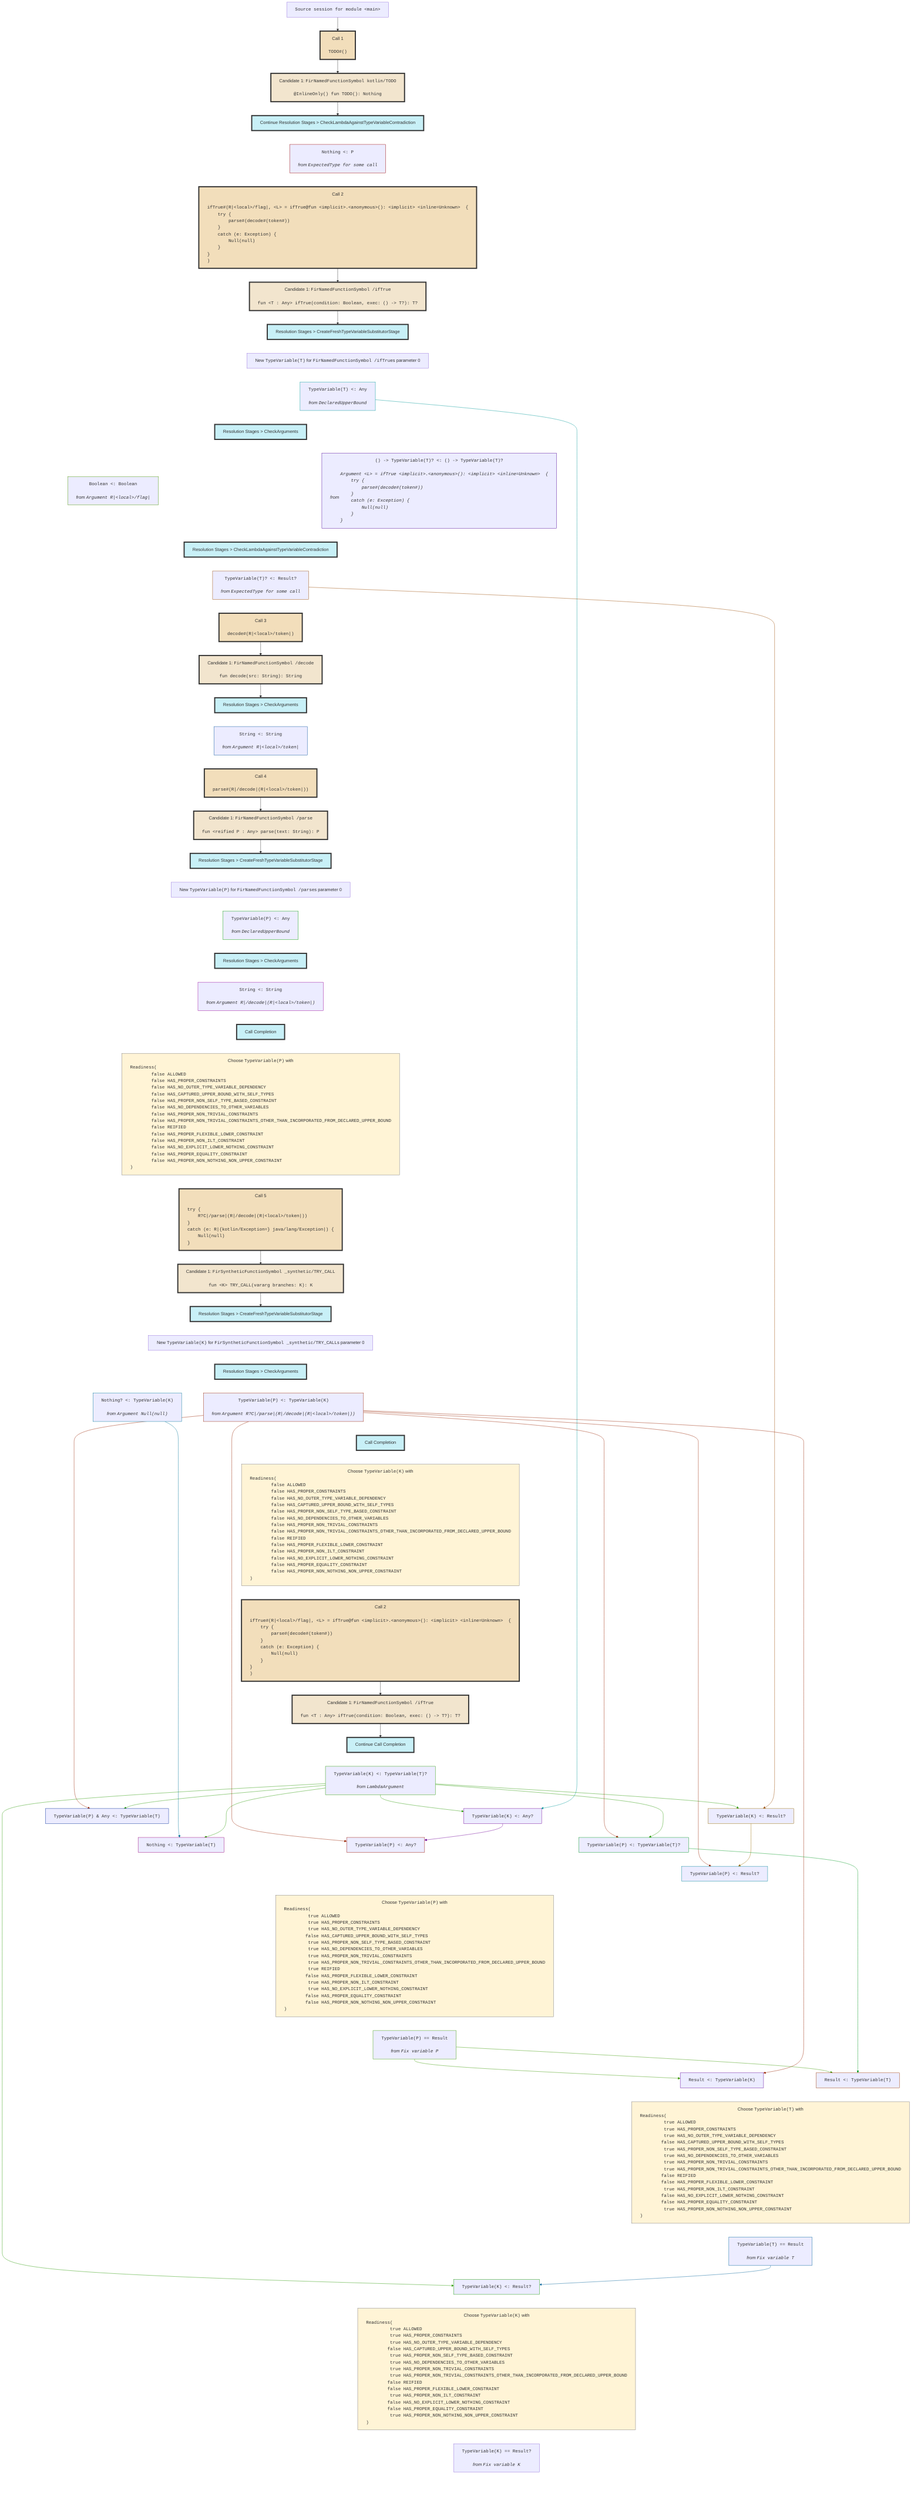
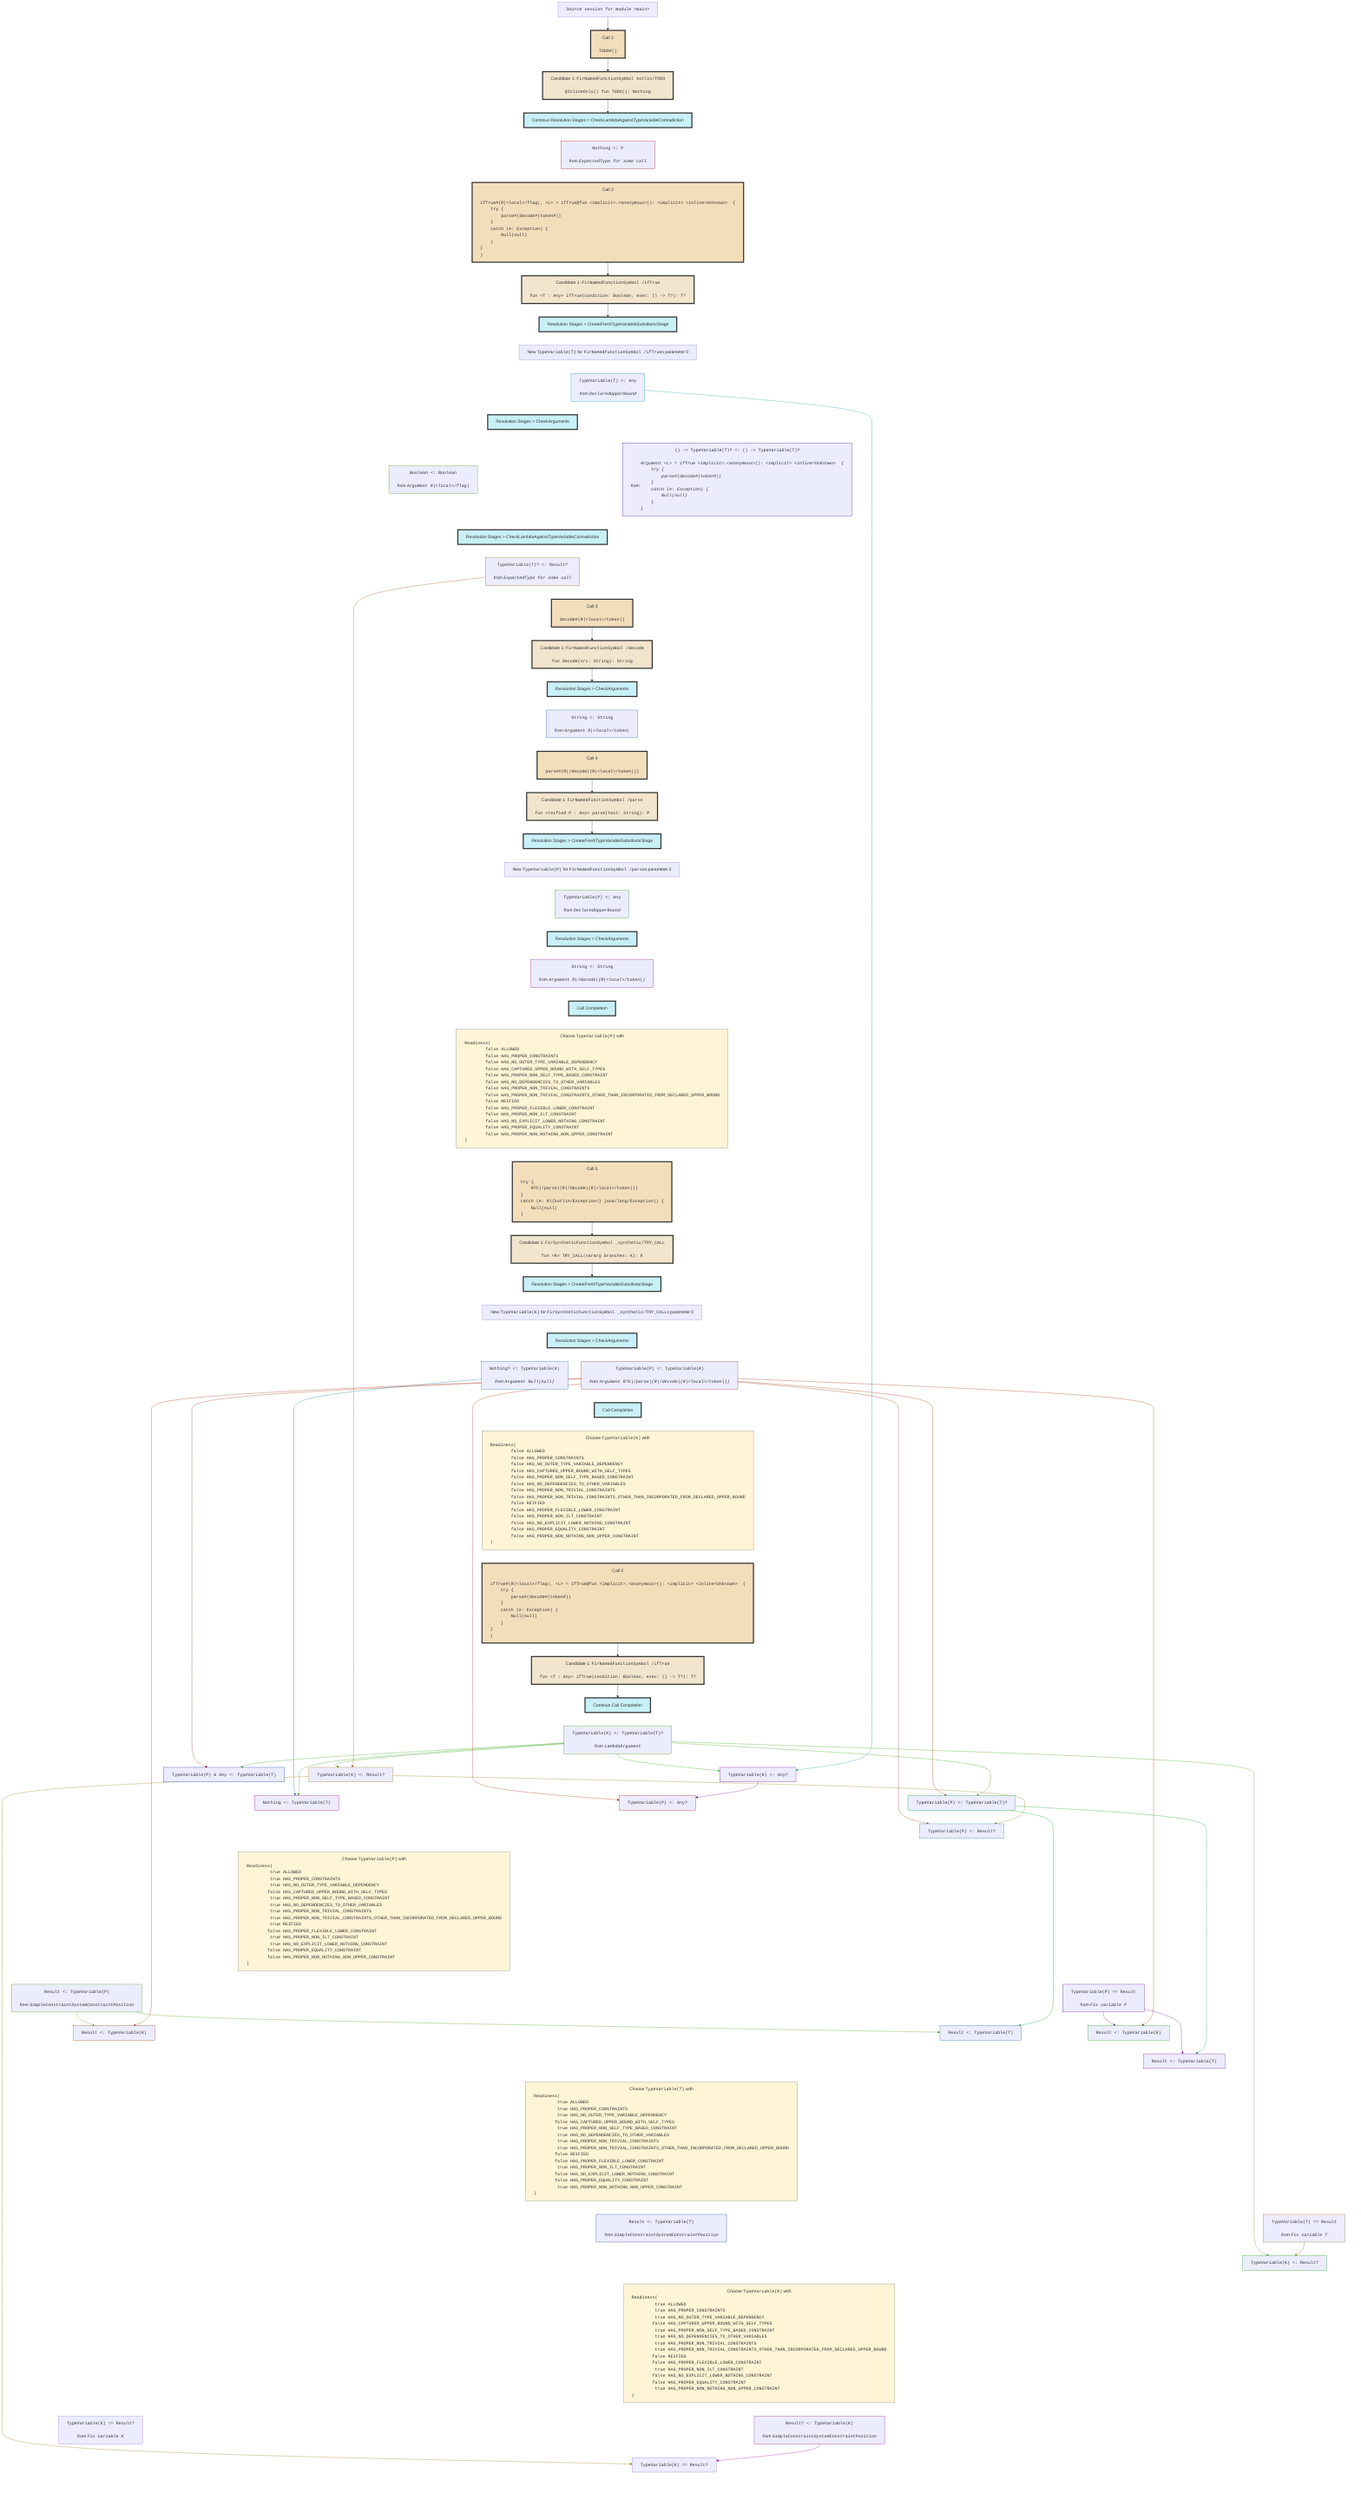
flowchart TD
    classDef nowrapClass text-align:center,white-space:nowrap;
    classDef callStyle fill:#f2debb,stroke:#333,stroke-width:4px;
    classDef candidateStyle fill:#f2e5ce,stroke:#333,stroke-width:4px;
    classDef stageStyle fill:#c8f0f7,stroke:#333,stroke-width:4px;
    classDef readinessStyle fill:#fff4d6,stroke:#777,stroke-width:1px;

    session0["<tt>Source session for module &lt;main></tt>"]
    class session0 nowrapClass;

    session0 --> call1

    call1["Call 1<br><br><pre style="display: inline-block;vertical-align: middle;text-align: left;margin: 0;"><tt>TODO#()</tt></pre>"]
    class call1 nowrapClass;
    class call1 callStyle;

    call1 --> candidate2

    candidate2["Candidate 1: <tt>FirNamedFunctionSymbol kotlin/TODO</tt><br><br><pre style="display: inline-block;vertical-align: middle;text-align: left;margin: 0;"><tt>@InlineOnly() fun TODO(): Nothing
</tt></pre>"]
    class candidate2 nowrapClass;
    class candidate2 candidateStyle;

    candidate2 --> stage3

    stage3["Continue Resolution Stages > CheckLambdaAgainstTypeVariableContradiction"]
    class stage3 nowrapClass;
    class stage3 stageStyle;
    constraint4["<tt>Nothing &lt;: P</tt><br><br><i><div style="display: inline-block;vertical-align: middle;">from</div> <pre style="display: inline-block;vertical-align: middle;text-align: left;margin: 0;"><tt>ExpectedType for some call</tt></pre></i>"]
    class constraint4 nowrapClass;
    stage3 ~~~ constraint4

    constraint4 ~~~ call5

    call5["Call 2<br><br><pre style="display: inline-block;vertical-align: middle;text-align: left;margin: 0;"><tt>ifTrue#(R|&lt;local>/flag|, &lt;L> = ifTrue@fun &lt;implicit>.&lt;anonymous>(): &lt;implicit> &lt;inline=Unknown>  {
    try {
        parse#(decode#(token#))
    }
    catch (e: Exception) {
        Null(null)
    }

}
)</tt></pre>"]
    class call5 nowrapClass;
    class call5 callStyle;

    call5 --> candidate6

    candidate6["Candidate 1: <tt>FirNamedFunctionSymbol /ifTrue</tt><br><br><pre style="display: inline-block;vertical-align: middle;text-align: left;margin: 0;"><tt>fun &lt;T : Any> ifTrue(condition: Boolean, exec: () -> T?): T?
</tt></pre>"]
    class candidate6 nowrapClass;
    class candidate6 candidateStyle;

    candidate6 --> stage7

    stage7["Resolution Stages > CreateFreshTypeVariableSubstitutorStage"]
    class stage7 nowrapClass;
    class stage7 stageStyle;

    stage7 ~~~ newVariable8

    newVariable8["New <tt>TypeVariable(T)</tt> for <tt>FirNamedFunctionSymbol /ifTrue</tt>s parameter 0"]
    class newVariable8 nowrapClass;
    constraint9["<tt>TypeVariable(T) &lt;: Any</tt><br><br><i><div style="display: inline-block;vertical-align: middle;">from</div> <pre style="display: inline-block;vertical-align: middle;text-align: left;margin: 0;"><tt>DeclaredUpperBound</tt></pre></i>"]
    class constraint9 nowrapClass;
    newVariable8 ~~~ constraint9

    constraint9 ~~~ stage10

    stage10["Resolution Stages > CheckArguments"]
    class stage10 nowrapClass;
    class stage10 stageStyle;
    constraint11["<tt>Boolean &lt;: Boolean</tt><br><br><i><div style="display: inline-block;vertical-align: middle;">from</div> <pre style="display: inline-block;vertical-align: middle;text-align: left;margin: 0;"><tt>Argument R|&lt;local>/flag|</tt></pre></i>"]
    class constraint11 nowrapClass;
    stage10 ~~~ constraint11
    constraint12["<tt>() -> TypeVariable(T)? &lt;: () -> TypeVariable(T)?</tt><br><br><i><div style="display: inline-block;vertical-align: middle;">from</div> <pre style="display: inline-block;vertical-align: middle;text-align: left;margin: 0;"><tt>Argument &lt;L> = ifTrue &lt;implicit>.&lt;anonymous>(): &lt;implicit> &lt;inline=Unknown>  {
    try {
        parse#(decode#(token#))
    }
    catch (e: Exception) {
        Null(null)
    }

}
</tt></pre></i>"]
    class constraint12 nowrapClass;
    stage10 ~~~ constraint12

    constraint11 ~~~ stage13
    constraint12 ~~~ stage13

    stage13["Resolution Stages > CheckLambdaAgainstTypeVariableContradiction"]
    class stage13 nowrapClass;
    class stage13 stageStyle;
    constraint14["<tt>TypeVariable(T)? &lt;: Result?</tt><br><br><i><div style="display: inline-block;vertical-align: middle;">from</div> <pre style="display: inline-block;vertical-align: middle;text-align: left;margin: 0;"><tt>ExpectedType for some call</tt></pre></i>"]
    class constraint14 nowrapClass;
    stage13 ~~~ constraint14

    constraint14 ~~~ call15

    call15["Call 3<br><br><pre style="display: inline-block;vertical-align: middle;text-align: left;margin: 0;"><tt>decode#(R|&lt;local>/token|)</tt></pre>"]
    class call15 nowrapClass;
    class call15 callStyle;

    call15 --> candidate16

    candidate16["Candidate 1: <tt>FirNamedFunctionSymbol /decode</tt><br><br><pre style="display: inline-block;vertical-align: middle;text-align: left;margin: 0;"><tt>fun decode(src: String): String
</tt></pre>"]
    class candidate16 nowrapClass;
    class candidate16 candidateStyle;

    candidate16 --> stage17

    stage17["Resolution Stages > CheckArguments"]
    class stage17 nowrapClass;
    class stage17 stageStyle;
    constraint18["<tt>String &lt;: String</tt><br><br><i><div style="display: inline-block;vertical-align: middle;">from</div> <pre style="display: inline-block;vertical-align: middle;text-align: left;margin: 0;"><tt>Argument R|&lt;local>/token|</tt></pre></i>"]
    class constraint18 nowrapClass;
    stage17 ~~~ constraint18

    constraint18 ~~~ call19

    call19["Call 4<br><br><pre style="display: inline-block;vertical-align: middle;text-align: left;margin: 0;"><tt>parse#(R|/decode|(R|&lt;local>/token|))</tt></pre>"]
    class call19 nowrapClass;
    class call19 callStyle;

    call19 --> candidate20

    candidate20["Candidate 1: <tt>FirNamedFunctionSymbol /parse</tt><br><br><pre style="display: inline-block;vertical-align: middle;text-align: left;margin: 0;"><tt>fun &lt;reified P : Any> parse(text: String): P
</tt></pre>"]
    class candidate20 nowrapClass;
    class candidate20 candidateStyle;

    candidate20 --> stage21

    stage21["Resolution Stages > CreateFreshTypeVariableSubstitutorStage"]
    class stage21 nowrapClass;
    class stage21 stageStyle;

    stage21 ~~~ newVariable22

    newVariable22["New <tt>TypeVariable(P)</tt> for <tt>FirNamedFunctionSymbol /parse</tt>s parameter 0"]
    class newVariable22 nowrapClass;
    constraint23["<tt>TypeVariable(P) &lt;: Any</tt><br><br><i><div style="display: inline-block;vertical-align: middle;">from</div> <pre style="display: inline-block;vertical-align: middle;text-align: left;margin: 0;"><tt>DeclaredUpperBound</tt></pre></i>"]
    class constraint23 nowrapClass;
    newVariable22 ~~~ constraint23

    constraint23 ~~~ stage24

    stage24["Resolution Stages > CheckArguments"]
    class stage24 nowrapClass;
    class stage24 stageStyle;
    constraint25["<tt>String &lt;: String</tt><br><br><i><div style="display: inline-block;vertical-align: middle;">from</div> <pre style="display: inline-block;vertical-align: middle;text-align: left;margin: 0;"><tt>Argument R|/decode|(R|&lt;local>/token|)</tt></pre></i>"]
    class constraint25 nowrapClass;
    stage24 ~~~ constraint25

    constraint25 ~~~ stage26

    stage26["Call Completion"]
    class stage26 nowrapClass;
    class stage26 stageStyle;

    stage26 ~~~ variableReadiness27

    variableReadiness27["Choose <tt>TypeVariable(P)</tt> with <pre style="display: inline-block;vertical-align: middle;text-align: left;margin: 0;"><tt>Readiness(
	false ALLOWED
	false HAS_PROPER_CONSTRAINTS
	false HAS_NO_OUTER_TYPE_VARIABLE_DEPENDENCY
	false HAS_CAPTURED_UPPER_BOUND_WITH_SELF_TYPES
	false HAS_PROPER_NON_SELF_TYPE_BASED_CONSTRAINT
	false HAS_NO_DEPENDENCIES_TO_OTHER_VARIABLES
	false HAS_PROPER_NON_TRIVIAL_CONSTRAINTS
	false HAS_PROPER_NON_TRIVIAL_CONSTRAINTS_OTHER_THAN_INCORPORATED_FROM_DECLARED_UPPER_BOUND
	false REIFIED
	false HAS_PROPER_FLEXIBLE_LOWER_CONSTRAINT
	false HAS_PROPER_NON_ILT_CONSTRAINT
	false HAS_NO_EXPLICIT_LOWER_NOTHING_CONSTRAINT
	false HAS_PROPER_EQUALITY_CONSTRAINT
	false HAS_PROPER_NON_NOTHING_NON_UPPER_CONSTRAINT
)</tt></pre>"]
    class variableReadiness27 nowrapClass;
    class variableReadiness27 readinessStyle;

    variableReadiness27 ~~~ call28

    call28["Call 5<br><br><pre style="display: inline-block;vertical-align: middle;text-align: left;margin: 0;"><tt>try {
    R?C|/parse|(R|/decode|(R|&lt;local>/token|))
}
catch (e: R|{kotlin/Exception=} java/lang/Exception|) {
    Null(null)
}
</tt></pre>"]
    class call28 nowrapClass;
    class call28 callStyle;

    call28 --> candidate29

    candidate29["Candidate 1: <tt>FirSyntheticFunctionSymbol _synthetic/TRY_CALL</tt><br><br><pre style="display: inline-block;vertical-align: middle;text-align: left;margin: 0;"><tt>fun &lt;K> TRY_CALL(vararg branches: K): K
</tt></pre>"]
    class candidate29 nowrapClass;
    class candidate29 candidateStyle;

    candidate29 --> stage30

    stage30["Resolution Stages > CreateFreshTypeVariableSubstitutorStage"]
    class stage30 nowrapClass;
    class stage30 stageStyle;

    stage30 ~~~ newVariable31

    newVariable31["New <tt>TypeVariable(K)</tt> for <tt>FirSyntheticFunctionSymbol _synthetic/TRY_CALL</tt>s parameter 0"]
    class newVariable31 nowrapClass;

    newVariable31 ~~~ stage32

    stage32["Resolution Stages > CheckArguments"]
    class stage32 nowrapClass;
    class stage32 stageStyle;
    constraint33["<tt>TypeVariable(P) &lt;: TypeVariable(K)</tt><br><br><i><div style="display: inline-block;vertical-align: middle;">from</div> <pre style="display: inline-block;vertical-align: middle;text-align: left;margin: 0;"><tt>Argument R?C|/parse|(R|/decode|(R|&lt;local>/token|))</tt></pre></i>"]
    class constraint33 nowrapClass;
    stage32 ~~~ constraint33
    constraint34["<tt>Nothing? &lt;: TypeVariable(K)</tt><br><br><i><div style="display: inline-block;vertical-align: middle;">from</div> <pre style="display: inline-block;vertical-align: middle;text-align: left;margin: 0;"><tt>Argument Null(null)</tt></pre></i>"]
    class constraint34 nowrapClass;
    stage32 ~~~ constraint34

    constraint33 ~~~ stage35
    constraint34 ~~~ stage35

    stage35["Call Completion"]
    class stage35 nowrapClass;
    class stage35 stageStyle;

    stage35 ~~~ variableReadiness36

    variableReadiness36["Choose <tt>TypeVariable(K)</tt> with <pre style="display: inline-block;vertical-align: middle;text-align: left;margin: 0;"><tt>Readiness(
	false ALLOWED
	false HAS_PROPER_CONSTRAINTS
	false HAS_NO_OUTER_TYPE_VARIABLE_DEPENDENCY
	false HAS_CAPTURED_UPPER_BOUND_WITH_SELF_TYPES
	false HAS_PROPER_NON_SELF_TYPE_BASED_CONSTRAINT
	false HAS_NO_DEPENDENCIES_TO_OTHER_VARIABLES
	false HAS_PROPER_NON_TRIVIAL_CONSTRAINTS
	false HAS_PROPER_NON_TRIVIAL_CONSTRAINTS_OTHER_THAN_INCORPORATED_FROM_DECLARED_UPPER_BOUND
	false REIFIED
	false HAS_PROPER_FLEXIBLE_LOWER_CONSTRAINT
	false HAS_PROPER_NON_ILT_CONSTRAINT
	false HAS_NO_EXPLICIT_LOWER_NOTHING_CONSTRAINT
	false HAS_PROPER_EQUALITY_CONSTRAINT
	false HAS_PROPER_NON_NOTHING_NON_UPPER_CONSTRAINT
)</tt></pre>"]
    class variableReadiness36 nowrapClass;
    class variableReadiness36 readinessStyle;

    variableReadiness36 ~~~ call37

    call37["Call 2<br><br><pre style="display: inline-block;vertical-align: middle;text-align: left;margin: 0;"><tt>ifTrue#(R|&lt;local>/flag|, &lt;L> = ifTrue@fun &lt;implicit>.&lt;anonymous>(): &lt;implicit> &lt;inline=Unknown>  {
    try {
        parse#(decode#(token#))
    }
    catch (e: Exception) {
        Null(null)
    }

}
)</tt></pre>"]
    class call37 nowrapClass;
    class call37 callStyle;

    call37 --> candidate38

    candidate38["Candidate 1: <tt>FirNamedFunctionSymbol /ifTrue</tt><br><br><pre style="display: inline-block;vertical-align: middle;text-align: left;margin: 0;"><tt>fun &lt;T : Any> ifTrue(condition: Boolean, exec: () -> T?): T?
</tt></pre>"]
    class candidate38 nowrapClass;
    class candidate38 candidateStyle;

    candidate38 --> stage39

    stage39["Continue Call Completion"]
    class stage39 nowrapClass;
    class stage39 stageStyle;
    constraint43["<tt>TypeVariable(K) &lt;: TypeVariable(T)?</tt><br><br><i><div style="display: inline-block;vertical-align: middle;">from</div> <pre style="display: inline-block;vertical-align: middle;text-align: left;margin: 0;"><tt>LambdaArgument</tt></pre></i>"]
    class constraint43 nowrapClass;
    stage39 ~~~ constraint43
    constraint44["<tt>TypeVariable(K) &lt;: Any?</tt>"]
    class constraint44 nowrapClass;
    constraint43 --> constraint44
    constraint9 --> constraint44
    constraint45["<tt>TypeVariable(K) &lt;: Result?</tt>"]
    class constraint45 nowrapClass;
    constraint43 --> constraint45
    constraint14 --> constraint45
    constraint46["<tt>TypeVariable(P) &amp; Any &lt;: TypeVariable(T)</tt>"]
    class constraint46 nowrapClass;
    constraint33 --> constraint46
    constraint43 --> constraint46
    constraint47["<tt>TypeVariable(P) &lt;: TypeVariable(T)?</tt>"]
    class constraint47 nowrapClass;
    constraint33 --> constraint47
    constraint43 ---> constraint47
    constraint48["<tt>Nothing &lt;: TypeVariable(T)</tt>"]
    class constraint48 nowrapClass;
    constraint34 --> constraint48
    constraint43 ---> constraint48
    constraint49["<tt>TypeVariable(P) &lt;: Any?</tt>"]
    class constraint49 nowrapClass;
    constraint33 --> constraint49
    constraint44 --> constraint49
    constraint50["<tt>TypeVariable(P) &lt;: Result?</tt>"]
    class constraint50 nowrapClass;
    constraint33 --> constraint50
    constraint45 ---> constraint50

    constraint46 ~~~~~ variableReadiness40
    constraint47 ~~~~ variableReadiness40
    constraint48 ~~~~ variableReadiness40
    constraint49 ~~~~ variableReadiness40
    constraint50 ~~~ variableReadiness40

    variableReadiness40["Choose <tt>TypeVariable(P)</tt> with <pre style="display: inline-block;vertical-align: middle;text-align: left;margin: 0;"><tt>Readiness(
	 true ALLOWED
	 true HAS_PROPER_CONSTRAINTS
	 true HAS_NO_OUTER_TYPE_VARIABLE_DEPENDENCY
	false HAS_CAPTURED_UPPER_BOUND_WITH_SELF_TYPES
	 true HAS_PROPER_NON_SELF_TYPE_BASED_CONSTRAINT
	 true HAS_NO_DEPENDENCIES_TO_OTHER_VARIABLES
	 true HAS_PROPER_NON_TRIVIAL_CONSTRAINTS
	 true HAS_PROPER_NON_TRIVIAL_CONSTRAINTS_OTHER_THAN_INCORPORATED_FROM_DECLARED_UPPER_BOUND
	 true REIFIED
	false HAS_PROPER_FLEXIBLE_LOWER_CONSTRAINT
	 true HAS_PROPER_NON_ILT_CONSTRAINT
	 true HAS_NO_EXPLICIT_LOWER_NOTHING_CONSTRAINT
	false HAS_PROPER_EQUALITY_CONSTRAINT
	false HAS_PROPER_NON_NOTHING_NON_UPPER_CONSTRAINT
)</tt></pre>"]
    class variableReadiness40 nowrapClass;
    class variableReadiness40 readinessStyle;
-     constraint51["<tt>TypeVariable(P) == Result</tt><br><br><i><div style="display: inline-block;vertical-align: middle;">from</div> <pre style="display: inline-block;vertical-align: middle;text-align: left;margin: 0;"><tt>Fix variable P</tt></pre></i>"]
+     constraint51["<tt>Result &lt;: TypeVariable(P)</tt><br><br><i><div style="display: inline-block;vertical-align: middle;">from</div> <pre style="display: inline-block;vertical-align: middle;text-align: left;margin: 0;"><tt>SimpleConstraintSystemConstraintPosition</tt></pre></i>"]
    class constraint51 nowrapClass;
    variableReadiness40 ~~~ constraint51
    constraint52["<tt>Result &lt;: TypeVariable(K)</tt>"]
    class constraint52 nowrapClass;
    constraint51 --> constraint52
    constraint33 --> constraint52
    constraint53["<tt>Result &lt;: TypeVariable(T)</tt>"]
    class constraint53 nowrapClass;
    constraint51 --> constraint53
    constraint47 --> constraint53
- 
-     constraint52 ~~~ variableReadiness41
-     constraint53 ~~~ variableReadiness41
+     constraint54["<tt>TypeVariable(P) == Result</tt><br><br><i><div style="display: inline-block;vertical-align: middle;">from</div> <pre style="display: inline-block;vertical-align: middle;text-align: left;margin: 0;"><tt>Fix variable P</tt></pre></i>"]
+     class constraint54 nowrapClass;
+     variableReadiness40 ~~~ constraint54
+     constraint55["<tt>Result &lt;: TypeVariable(K)</tt>"]
+     class constraint55 nowrapClass;
+     constraint54 --> constraint55
+     constraint33 --> constraint55
+     constraint56["<tt>Result &lt;: TypeVariable(T)</tt>"]
+     class constraint56 nowrapClass;
+     constraint54 ---> constraint56
+     constraint47 --> constraint56
+ 
+     constraint52 ~~~~ variableReadiness41
+     constraint53 ~~~~ variableReadiness41
+     constraint55 ~~~~ variableReadiness41
+     constraint56 ~~~ variableReadiness41

    variableReadiness41["Choose <tt>TypeVariable(T)</tt> with <pre style="display: inline-block;vertical-align: middle;text-align: left;margin: 0;"><tt>Readiness(
	 true ALLOWED
	 true HAS_PROPER_CONSTRAINTS
	 true HAS_NO_OUTER_TYPE_VARIABLE_DEPENDENCY
	false HAS_CAPTURED_UPPER_BOUND_WITH_SELF_TYPES
	 true HAS_PROPER_NON_SELF_TYPE_BASED_CONSTRAINT
	 true HAS_NO_DEPENDENCIES_TO_OTHER_VARIABLES
	 true HAS_PROPER_NON_TRIVIAL_CONSTRAINTS
	 true HAS_PROPER_NON_TRIVIAL_CONSTRAINTS_OTHER_THAN_INCORPORATED_FROM_DECLARED_UPPER_BOUND
	false REIFIED
	false HAS_PROPER_FLEXIBLE_LOWER_CONSTRAINT
	 true HAS_PROPER_NON_ILT_CONSTRAINT
	false HAS_NO_EXPLICIT_LOWER_NOTHING_CONSTRAINT
	false HAS_PROPER_EQUALITY_CONSTRAINT
	 true HAS_PROPER_NON_NOTHING_NON_UPPER_CONSTRAINT
)</tt></pre>"]
    class variableReadiness41 nowrapClass;
    class variableReadiness41 readinessStyle;
-     constraint54["<tt>TypeVariable(T) == Result</tt><br><br><i><div style="display: inline-block;vertical-align: middle;">from</div> <pre style="display: inline-block;vertical-align: middle;text-align: left;margin: 0;"><tt>Fix variable T</tt></pre></i>"]
-     class constraint54 nowrapClass;
-     variableReadiness41 ~~~ constraint54
-     constraint55["<tt>TypeVariable(K) &lt;: Result?</tt>"]
-     class constraint55 nowrapClass;
-     constraint43 --> constraint55
-     constraint54 --> constraint55
- 
-     constraint55 ~~~ variableReadiness42
+     constraint57["<tt>Result &lt;: TypeVariable(T)</tt><br><br><i><div style="display: inline-block;vertical-align: middle;">from</div> <pre style="display: inline-block;vertical-align: middle;text-align: left;margin: 0;"><tt>SimpleConstraintSystemConstraintPosition</tt></pre></i>"]
+     class constraint57 nowrapClass;
+     variableReadiness41 ~~~ constraint57
+     constraint58["<tt>TypeVariable(T) == Result</tt><br><br><i><div style="display: inline-block;vertical-align: middle;">from</div> <pre style="display: inline-block;vertical-align: middle;text-align: left;margin: 0;"><tt>Fix variable T</tt></pre></i>"]
+     class constraint58 nowrapClass;
+     variableReadiness41 ~~~ constraint58
+     constraint59["<tt>TypeVariable(K) &lt;: Result?</tt>"]
+     class constraint59 nowrapClass;
+     constraint43 --> constraint59
+     constraint58 --> constraint59
+ 
+     constraint57 ~~~~ variableReadiness42
+     constraint59 ~~~ variableReadiness42

    variableReadiness42["Choose <tt>TypeVariable(K)</tt> with <pre style="display: inline-block;vertical-align: middle;text-align: left;margin: 0;"><tt>Readiness(
	 true ALLOWED
	 true HAS_PROPER_CONSTRAINTS
	 true HAS_NO_OUTER_TYPE_VARIABLE_DEPENDENCY
	false HAS_CAPTURED_UPPER_BOUND_WITH_SELF_TYPES
	 true HAS_PROPER_NON_SELF_TYPE_BASED_CONSTRAINT
	 true HAS_NO_DEPENDENCIES_TO_OTHER_VARIABLES
	 true HAS_PROPER_NON_TRIVIAL_CONSTRAINTS
	 true HAS_PROPER_NON_TRIVIAL_CONSTRAINTS_OTHER_THAN_INCORPORATED_FROM_DECLARED_UPPER_BOUND
	false REIFIED
	false HAS_PROPER_FLEXIBLE_LOWER_CONSTRAINT
	 true HAS_PROPER_NON_ILT_CONSTRAINT
	false HAS_NO_EXPLICIT_LOWER_NOTHING_CONSTRAINT
	false HAS_PROPER_EQUALITY_CONSTRAINT
	 true HAS_PROPER_NON_NOTHING_NON_UPPER_CONSTRAINT
)</tt></pre>"]
    class variableReadiness42 nowrapClass;
    class variableReadiness42 readinessStyle;
-     constraint56["<tt>TypeVariable(K) == Result?</tt><br><br><i><div style="display: inline-block;vertical-align: middle;">from</div> <pre style="display: inline-block;vertical-align: middle;text-align: left;margin: 0;"><tt>Fix variable K</tt></pre></i>"]
-     class constraint56 nowrapClass;
-     variableReadiness42 ~~~ constraint56
+     constraint60["<tt>Result? &lt;: TypeVariable(K)</tt><br><br><i><div style="display: inline-block;vertical-align: middle;">from</div> <pre style="display: inline-block;vertical-align: middle;text-align: left;margin: 0;"><tt>SimpleConstraintSystemConstraintPosition</tt></pre></i>"]
+     class constraint60 nowrapClass;
+     variableReadiness42 ~~~ constraint60
+     constraint61["<tt>TypeVariable(K) == Result?</tt>"]
+     class constraint61 nowrapClass;
+     constraint45 --> constraint61
+     constraint60 --> constraint61
+     constraint62["<tt>TypeVariable(K) == Result?</tt><br><br><i><div style="display: inline-block;vertical-align: middle;">from</div> <pre style="display: inline-block;vertical-align: middle;text-align: left;margin: 0;"><tt>Fix variable K</tt></pre></i>"]
+     class constraint62 nowrapClass;
+     variableReadiness42 ~~~ constraint62

    linkStyle 4 stroke:#990000
    linkStyle 9 stroke:#009999
    linkStyle 12 stroke:#4c9900
    linkStyle 13 stroke:#4c0099
    linkStyle 15 stroke:#994900
    linkStyle 19 stroke:#004f99
    linkStyle 24 stroke:#039900
    linkStyle 26 stroke:#950099
    linkStyle 35 stroke:#992400
    linkStyle 36 stroke:#007499
    linkStyle 42 stroke:#279900
    linkStyle 43 stroke:#009999
    linkStyle 44 stroke:#279900
    linkStyle 45 stroke:#994900
    linkStyle 46 stroke:#992400
    linkStyle 47 stroke:#279900
    linkStyle 48 stroke:#992400
    linkStyle 49 stroke:#279900
    linkStyle 50 stroke:#007499
    linkStyle 51 stroke:#279900
    linkStyle 52 stroke:#992400
    linkStyle 53 stroke:#710099
    linkStyle 54 stroke:#992400
    linkStyle 55 stroke:#996d00
    linkStyle 56 stroke:#002b99
    linkStyle 57 stroke:#009921
    linkStyle 58 stroke:#990077
    linkStyle 59 stroke:#991200
    linkStyle 60 stroke:#008699
    linkStyle 62 stroke:#3a9900
    linkStyle 63 stroke:#992400
    linkStyle 64 stroke:#3a9900
    linkStyle 65 stroke:#009921
-     linkStyle 66 stroke:#5e0099
-     linkStyle 67 stroke:#993600
-     linkStyle 69 stroke:#279900
-     linkStyle 70 stroke:#006299
-     linkStyle 71 stroke:#159900
+     linkStyle 67 stroke:#5e0099
+     linkStyle 68 stroke:#992400
+     linkStyle 69 stroke:#5e0099
+     linkStyle 70 stroke:#009921
+     linkStyle 71 stroke:#993600
+     linkStyle 72 stroke:#006299
+     linkStyle 73 stroke:#159900
+     linkStyle 74 stroke:#830099
+     linkStyle 77 stroke:#279900
+     linkStyle 78 stroke:#995b00
+     linkStyle 79 stroke:#003d99
+     linkStyle 80 stroke:#00990e
+     linkStyle 82 stroke:#996d00
+     linkStyle 83 stroke:#99008a
    style constraint4 stroke:#990000;
    style constraint9 stroke:#009999;
    style constraint11 stroke:#4c9900;
    style constraint12 stroke:#4c0099;
    style constraint14 stroke:#994900;
    style constraint18 stroke:#004f99;
    style constraint23 stroke:#039900;
    style constraint25 stroke:#950099;
    style constraint33 stroke:#992400;
    style constraint34 stroke:#007499;
    style constraint43 stroke:#279900;
    style constraint44 stroke:#710099;
    style constraint45 stroke:#996d00;
    style constraint46 stroke:#002b99;
    style constraint47 stroke:#009921;
    style constraint48 stroke:#990077;
    style constraint49 stroke:#991200;
    style constraint50 stroke:#008699;
    style constraint51 stroke:#3a9900;
-     style constraint52 stroke:#5e0099;
-     style constraint53 stroke:#993600;
-     style constraint54 stroke:#006299;
+     style constraint54 stroke:#5e0099;
+     style constraint52 stroke:#993600;
+     style constraint53 stroke:#006299;
    style constraint55 stroke:#159900;
+     style constraint56 stroke:#830099;
+     style constraint58 stroke:#995b00;
+     style constraint57 stroke:#003d99;
+     style constraint59 stroke:#00990e;
+     style constraint60 stroke:#99008a;
